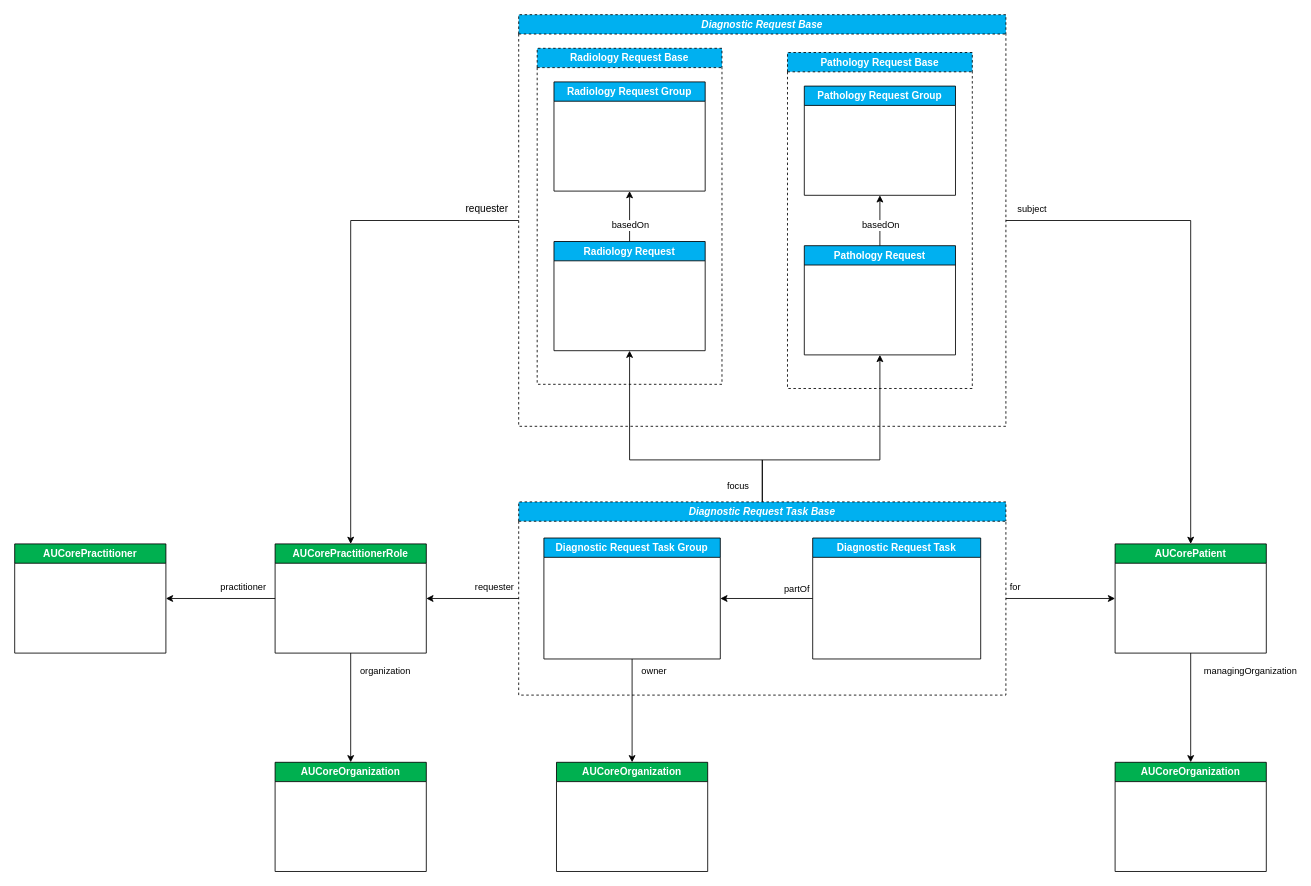
The draw.io diagram page "eRequesting Profiles" (1 of 3) of input/images-source/erequesting-profiles.drawio in hl7au/au-fhir-erequesting, before the edit. Source tidied: cells renumbered, new cells numbered last; positions are measured from the earlier drawing's top-left corner, leaving out a move shared by most shapes. Both pictures are drawn from the tidied source at 84%, with x=0, y=0 at pixel (14, 14).
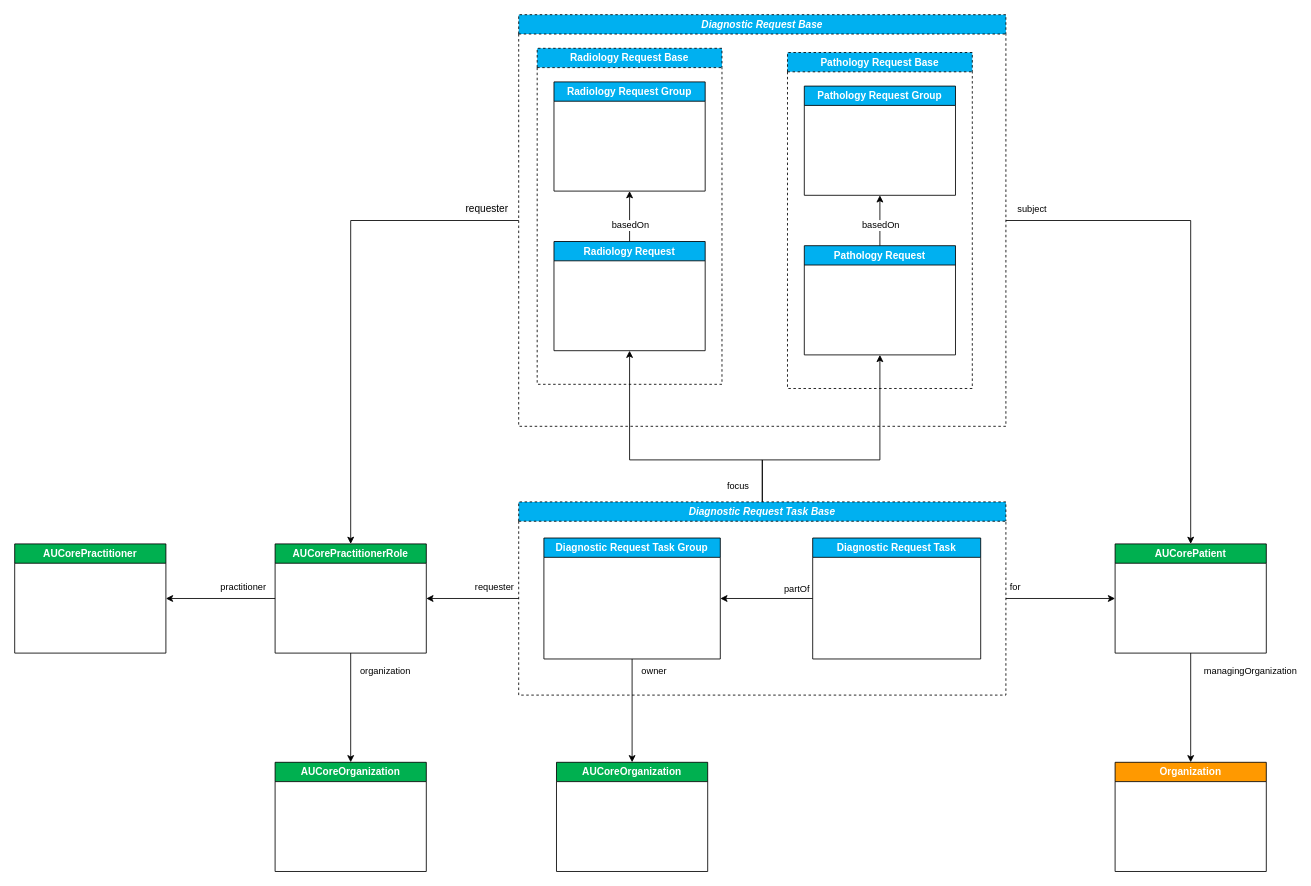
The same diagram, later.

Commit message (it also covers changes not shown here):
Updated eRequesting profiles diagram to update Patient managingOrganization reference to Organization rather than AUCoreOrganization

Change to the diagram source:
```diff
@@
-    <mxCell id="42" value="AUCoreOrganization" style="swimlane;whiteSpace=wrap;html=1;fillColor=#00b050;fontColor=#FFFFFF;" parent="1" vertex="1">
+    <mxCell id="42" value="Organization" style="swimlane;whiteSpace=wrap;html=1;fillColor=#ff9900;fontColor=#FFFFFF;" parent="1" vertex="1">
       <mxGeometry x="1310" y="890" width="180" height="130" as="geometry" />
     </mxCell>
```
